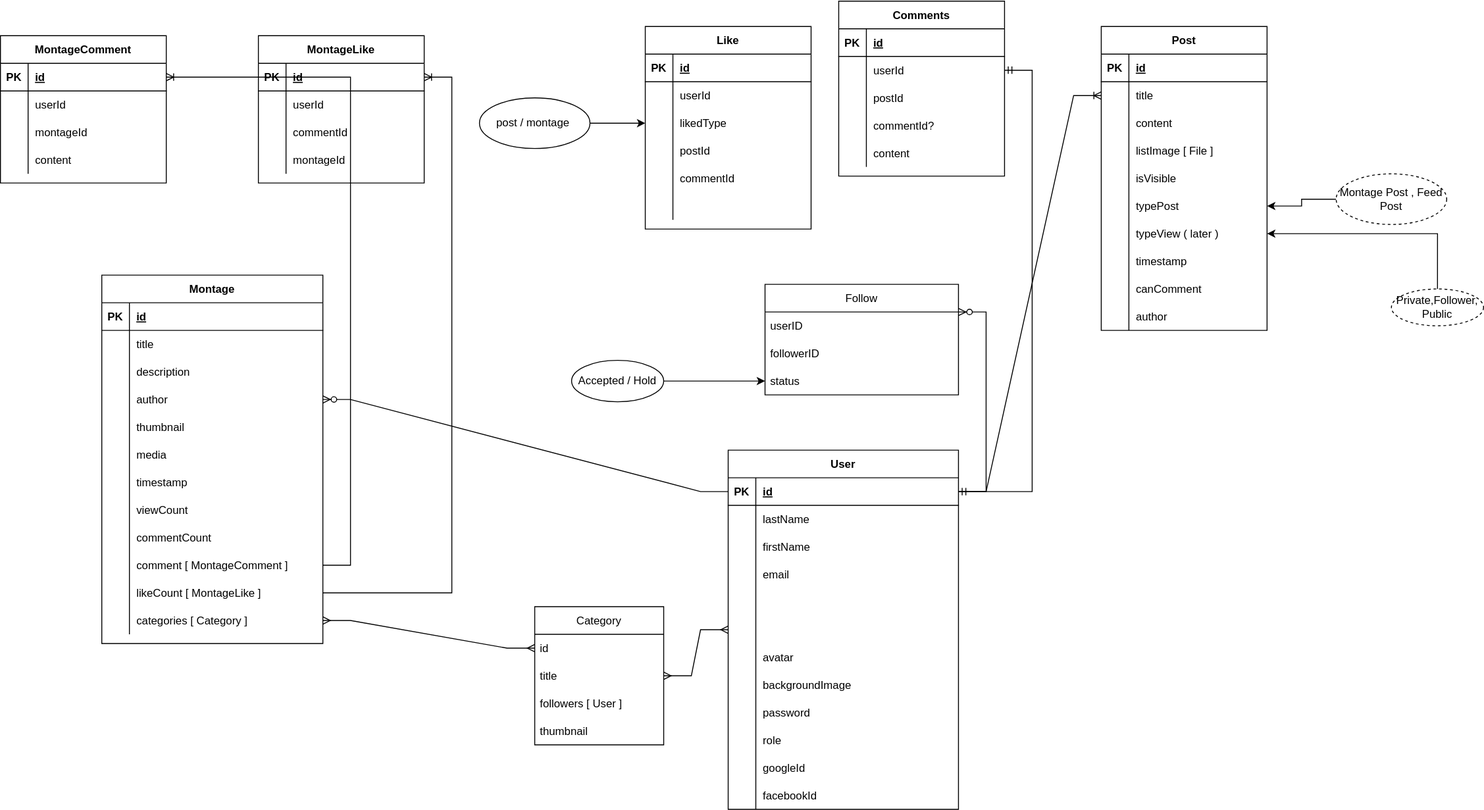
Before: icon/Social-esport.drawio.svg, a diagram exported from draw.io (Kennn-dev/social-esport). Source tidied: cells renumbered, new cells last; positions are measured from the earlier drawing's top-left corner, leaving out a move shared by most shapes.
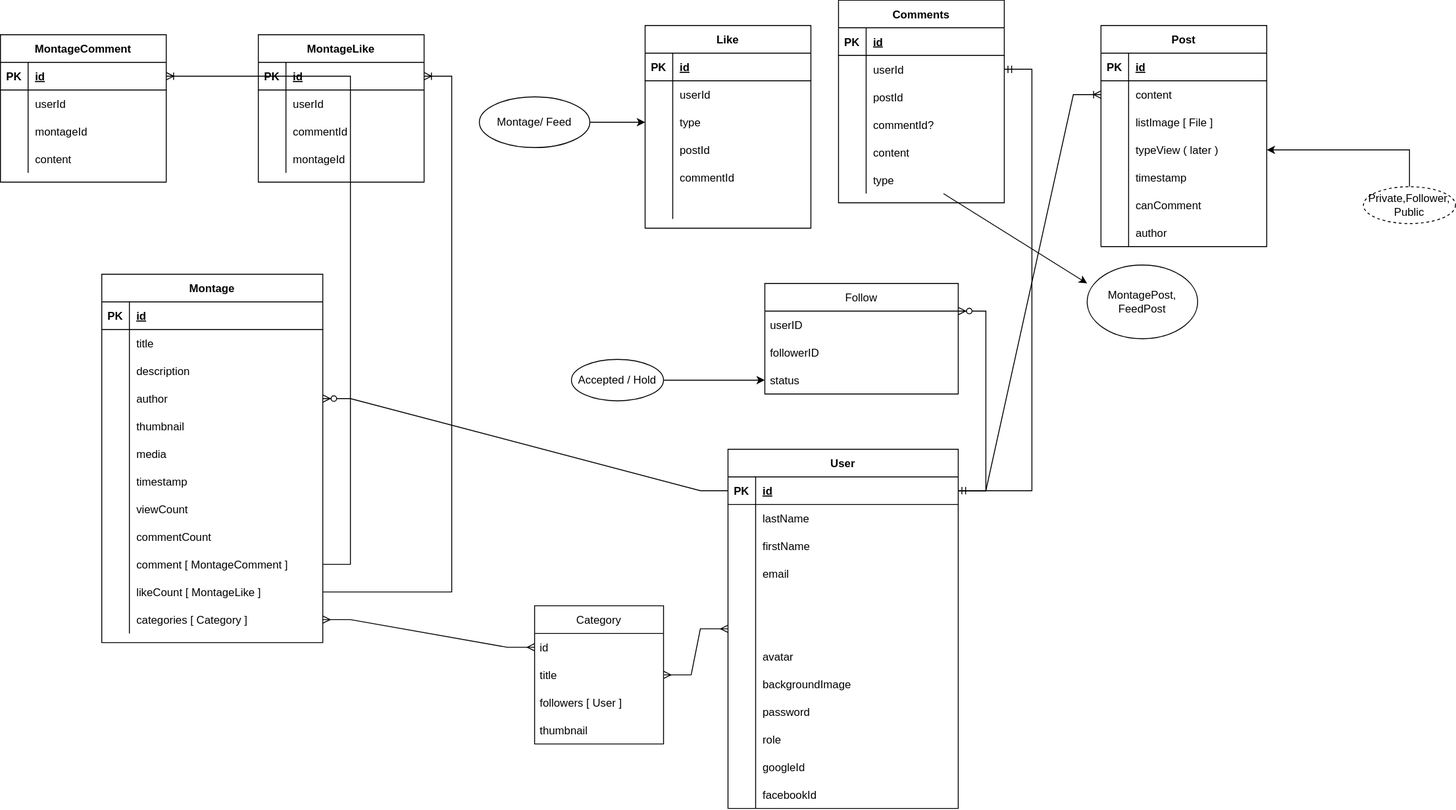
The same diagram one commit later.

What changed in the source:
```diff
@@ -147,7 +147,7 @@
       <mxGeometry relative="1" as="geometry" />
     </mxCell>
     <mxCell id="50" value="Post" style="shape=table;startSize=30;rowLines=0;fontStyle=1;align=center;" parent="1" vertex="1">
-      <mxGeometry x="1195" y="28" width="180" height="330" as="geometry" />
+      <mxGeometry x="1195" y="28" width="180" height="240" as="geometry" />
     </mxCell>
     <mxCell id="51" style="shape=tableRow;horizontal=0;startSize=0;swimlaneHead=0;swimlaneBody=0;fillColor=none;top=0;left=0;right=0;bottom=1;" parent="50" vertex="1">
       <mxGeometry y="30" width="180" height="30" as="geometry" />
@@ -158,17 +158,8 @@
     <mxCell id="53" value="id" style="shape=partialRectangle;fillColor=none;top=0;left=0;bottom=0;right=0;align=left;spacingLeft=6;fontStyle=5;overflow=hidden;" parent="51" vertex="1">
       <mxGeometry x="30" width="150" height="30" as="geometry" />
     </mxCell>
-    <mxCell id="54" style="shape=tableRow;horizontal=0;startSize=0;swimlaneHead=0;swimlaneBody=0;fillColor=none;points=[[0,0.5],[1,0.5]];portConstraint=eastwest;top=0;left=0;right=0;bottom=0;" parent="50" vertex="1">
-      <mxGeometry y="60" width="180" height="30" as="geometry" />
-    </mxCell>
-    <mxCell id="55" style="shape=partialRectangle;fillColor=none;top=0;left=0;bottom=0;right=0;overflow=hidden;" parent="54" vertex="1">
-      <mxGeometry width="30" height="30" as="geometry" />
-    </mxCell>
-    <mxCell id="56" value="title" style="shape=partialRectangle;fillColor=none;top=0;left=0;bottom=0;right=0;align=left;spacingLeft=6;overflow=hidden;" parent="54" vertex="1">
-      <mxGeometry x="30" width="150" height="30" as="geometry" />
-    </mxCell>
     <mxCell id="57" style="shape=tableRow;horizontal=0;startSize=0;swimlaneHead=0;swimlaneBody=0;fillColor=none;top=0;left=0;right=0;bottom=0;" parent="50" vertex="1">
-      <mxGeometry y="90" width="180" height="30" as="geometry" />
+      <mxGeometry y="60" width="180" height="30" as="geometry" />
     </mxCell>
     <mxCell id="58" style="shape=partialRectangle;fillColor=none;top=0;left=0;bottom=0;right=0;overflow=hidden;" parent="57" vertex="1">
       <mxGeometry width="30" height="30" as="geometry" />
@@ -177,7 +168,7 @@
       <mxGeometry x="30" width="150" height="30" as="geometry" />
     </mxCell>
     <mxCell id="60" style="shape=tableRow;horizontal=0;startSize=0;swimlaneHead=0;swimlaneBody=0;fillColor=none;top=0;left=0;right=0;bottom=0;" parent="50" vertex="1">
-      <mxGeometry y="120" width="180" height="30" as="geometry" />
+      <mxGeometry y="90" width="180" height="30" as="geometry" />
     </mxCell>
     <mxCell id="61" style="shape=partialRectangle;fillColor=none;top=0;left=0;bottom=0;right=0;overflow=hidden;" parent="60" vertex="1">
       <mxGeometry width="30" height="30" as="geometry" />
@@ -185,26 +176,8 @@
     <mxCell id="62" value="listImage [ File ]" style="shape=partialRectangle;fillColor=none;top=0;left=0;bottom=0;right=0;align=left;spacingLeft=6;overflow=hidden;" parent="60" vertex="1">
       <mxGeometry x="30" width="150" height="30" as="geometry" />
     </mxCell>
-    <mxCell id="63" style="shape=tableRow;horizontal=0;startSize=0;swimlaneHead=0;swimlaneBody=0;fillColor=none;top=0;left=0;right=0;bottom=0;" parent="50" vertex="1">
-      <mxGeometry y="150" width="180" height="30" as="geometry" />
-    </mxCell>
-    <mxCell id="64" style="shape=partialRectangle;fillColor=none;top=0;left=0;bottom=0;right=0;overflow=hidden;" parent="63" vertex="1">
-      <mxGeometry width="30" height="30" as="geometry" />
-    </mxCell>
-    <mxCell id="65" value="isVisible" style="shape=partialRectangle;fillColor=none;top=0;left=0;bottom=0;right=0;align=left;spacingLeft=6;overflow=hidden;" parent="63" vertex="1">
-      <mxGeometry x="30" width="150" height="30" as="geometry" />
-    </mxCell>
-    <mxCell id="66" style="shape=tableRow;horizontal=0;startSize=0;swimlaneHead=0;swimlaneBody=0;fillColor=none;points=[[0,0.5],[1,0.5]];portConstraint=eastwest;top=0;left=0;right=0;bottom=0;" parent="50" vertex="1">
-      <mxGeometry y="180" width="180" height="30" as="geometry" />
-    </mxCell>
-    <mxCell id="67" style="shape=partialRectangle;fillColor=none;top=0;left=0;bottom=0;right=0;overflow=hidden;" parent="66" vertex="1">
-      <mxGeometry width="30" height="30" as="geometry" />
-    </mxCell>
-    <mxCell id="68" value="typePost " style="shape=partialRectangle;fillColor=none;top=0;left=0;bottom=0;right=0;align=left;spacingLeft=6;overflow=hidden;" parent="66" vertex="1">
-      <mxGeometry x="30" width="150" height="30" as="geometry" />
-    </mxCell>
     <mxCell id="69" style="shape=tableRow;horizontal=0;startSize=0;swimlaneHead=0;swimlaneBody=0;fillColor=none;points=[[0,0.5],[1,0.5]];portConstraint=eastwest;top=0;left=0;right=0;bottom=0;" parent="50" vertex="1">
-      <mxGeometry y="210" width="180" height="30" as="geometry" />
+      <mxGeometry y="120" width="180" height="30" as="geometry" />
     </mxCell>
     <mxCell id="70" style="shape=partialRectangle;fillColor=none;top=0;left=0;bottom=0;right=0;overflow=hidden;" parent="69" vertex="1">
       <mxGeometry width="30" height="30" as="geometry" />
@@ -213,7 +186,7 @@
       <mxGeometry x="30" width="150" height="30" as="geometry" />
     </mxCell>
     <mxCell id="72" style="shape=tableRow;horizontal=0;startSize=0;swimlaneHead=0;swimlaneBody=0;fillColor=none;top=0;left=0;right=0;bottom=0;" parent="50" vertex="1">
-      <mxGeometry y="240" width="180" height="30" as="geometry" />
+      <mxGeometry y="150" width="180" height="30" as="geometry" />
     </mxCell>
     <mxCell id="73" style="shape=partialRectangle;fillColor=none;top=0;left=0;bottom=0;right=0;overflow=hidden;" parent="72" vertex="1">
       <mxGeometry width="30" height="30" as="geometry" />
@@ -222,7 +195,7 @@
       <mxGeometry x="30" width="150" height="30" as="geometry" />
     </mxCell>
     <mxCell id="75" style="shape=tableRow;horizontal=0;startSize=0;swimlaneHead=0;swimlaneBody=0;fillColor=none;top=0;left=0;right=0;bottom=0;" parent="50" vertex="1">
-      <mxGeometry y="270" width="180" height="30" as="geometry" />
+      <mxGeometry y="180" width="180" height="30" as="geometry" />
     </mxCell>
     <mxCell id="76" style="shape=partialRectangle;fillColor=none;top=0;left=0;bottom=0;right=0;overflow=hidden;" parent="75" vertex="1">
       <mxGeometry width="30" height="30" as="geometry" />
@@ -231,7 +204,7 @@
       <mxGeometry x="30" width="150" height="30" as="geometry" />
     </mxCell>
     <mxCell id="78" style="shape=tableRow;horizontal=0;startSize=0;swimlaneHead=0;swimlaneBody=0;fillColor=none;top=0;left=0;right=0;bottom=0;" parent="50" vertex="1">
-      <mxGeometry y="300" width="180" height="30" as="geometry" />
+      <mxGeometry y="210" width="180" height="30" as="geometry" />
     </mxCell>
     <mxCell id="79" style="shape=partialRectangle;fillColor=none;top=0;left=0;bottom=0;right=0;overflow=hidden;" parent="78" vertex="1">
       <mxGeometry width="30" height="30" as="geometry" />
@@ -239,20 +212,16 @@
     <mxCell id="80" value="author" style="shape=partialRectangle;fillColor=none;top=0;left=0;bottom=0;right=0;align=left;spacingLeft=6;overflow=hidden;" parent="78" vertex="1">
       <mxGeometry x="30" width="150" height="30" as="geometry" />
     </mxCell>
-    <mxCell id="81" style="edgeStyle=orthogonalEdgeStyle;rounded=0;jettySize=auto;html=1;" parent="1" edge="1" source="82" target="66">
-      <mxGeometry relative="1" as="geometry" />
-    </mxCell>
-    <mxCell id="82" value="Montage Post , Feed Post" style="ellipse;whiteSpace=wrap;html=1;align=center;dashed=1;" parent="1" vertex="1">
-      <mxGeometry x="1450" y="188" width="120" height="55" as="geometry" />
-    </mxCell>
     <mxCell id="83" style="edgeStyle=orthogonalEdgeStyle;rounded=0;jettySize=auto;html=1;" parent="1" edge="1" source="84" target="69">
       <mxGeometry relative="1" as="geometry" />
     </mxCell>
     <mxCell id="84" value="Private,Follower, Public" style="ellipse;whiteSpace=wrap;html=1;align=center;dashed=1;" parent="1" vertex="1">
-      <mxGeometry x="1510" y="313" width="100" height="40" as="geometry" />
+      <mxGeometry x="1480" y="203" width="100" height="40" as="geometry" />
     </mxCell>
-    <mxCell id="85" style="edgeStyle=entityRelationEdgeStyle;fontSize=12;html=1;endArrow=ERoneToMany;rounded=0;" parent="1" edge="1" source="3" target="54">
-      <mxGeometry relative="1" as="geometry" />
+    <mxCell id="85" style="edgeStyle=entityRelationEdgeStyle;fontSize=12;html=1;endArrow=ERoneToMany;rounded=0;" parent="1" edge="1" source="3">
+      <mxGeometry relative="1" as="geometry">
+        <mxPoint x="1195" y="103" as="targetPoint" />
+      </mxGeometry>
     </mxCell>
     <mxCell id="86" style="edgeStyle=orthogonalEdgeStyle;rounded=0;jettySize=auto;html=1;" parent="1" edge="1" source="87" target="42">
       <mxGeometry relative="1" as="geometry" />
@@ -261,7 +230,7 @@
       <mxGeometry x="620" y="390.5" width="100" height="45" as="geometry" />
     </mxCell>
     <mxCell id="88" value="Comments" style="shape=table;startSize=30;rowLines=0;fontStyle=1;align=center;" parent="1" vertex="1">
-      <mxGeometry x="910" y="0.5" width="180" height="190" as="geometry" />
+      <mxGeometry x="910" y="0.5" width="180" height="220" as="geometry" />
     </mxCell>
     <mxCell id="89" style="shape=tableRow;horizontal=0;startSize=0;swimlaneHead=0;swimlaneBody=0;fillColor=none;top=0;left=0;right=0;bottom=1;" parent="88" vertex="1">
       <mxGeometry y="30" width="180" height="30" as="geometry" />
@@ -308,6 +277,15 @@
     <mxCell id="103" value="content" style="shape=partialRectangle;fillColor=none;top=0;left=0;bottom=0;right=0;align=left;spacingLeft=6;overflow=hidden;" parent="101" vertex="1">
       <mxGeometry x="30" width="150" height="30" as="geometry" />
     </mxCell>
+    <mxCell id="66" style="shape=tableRow;horizontal=0;startSize=0;swimlaneHead=0;swimlaneBody=0;fillColor=none;points=[[0,0.5],[1,0.5]];portConstraint=eastwest;top=0;left=0;right=0;bottom=0;" parent="88" vertex="1">
+      <mxGeometry y="180" width="180" height="30" as="geometry" />
+    </mxCell>
+    <mxCell id="193" style="shape=partialRectangle;fillColor=none;top=0;left=0;bottom=0;right=0;overflow=hidden;" parent="66" vertex="1">
+      <mxGeometry width="30" height="30" as="geometry" />
+    </mxCell>
+    <mxCell id="194" value="type" style="shape=partialRectangle;fillColor=none;top=0;left=0;bottom=0;right=0;align=left;spacingLeft=6;overflow=hidden;" parent="66" vertex="1">
+      <mxGeometry x="30" width="150" height="30" as="geometry" />
+    </mxCell>
     <mxCell id="104" value="Like" style="shape=table;startSize=30;rowLines=0;fontStyle=1;align=center;" parent="1" vertex="1">
       <mxGeometry x="700" y="28" width="180" height="220" as="geometry" />
     </mxCell>
@@ -335,7 +313,7 @@
     <mxCell id="112" style="shape=partialRectangle;fillColor=none;top=0;left=0;bottom=0;right=0;overflow=hidden;" parent="111" vertex="1">
       <mxGeometry width="30" height="30" as="geometry" />
     </mxCell>
-    <mxCell id="113" value="likedType" style="shape=partialRectangle;fillColor=none;top=0;left=0;bottom=0;right=0;align=left;spacingLeft=6;overflow=hidden;" parent="111" vertex="1">
+    <mxCell id="113" value="type" style="shape=partialRectangle;fillColor=none;top=0;left=0;bottom=0;right=0;align=left;spacingLeft=6;overflow=hidden;" parent="111" vertex="1">
       <mxGeometry x="30" width="150" height="30" as="geometry" />
     </mxCell>
     <mxCell id="114" style="shape=tableRow;horizontal=0;startSize=0;swimlaneHead=0;swimlaneBody=0;fillColor=none;top=0;left=0;right=0;bottom=0;" parent="104" vertex="1">
@@ -368,7 +346,7 @@
     <mxCell id="123" style="edgeStyle=orthogonalEdgeStyle;rounded=0;jettySize=auto;html=1;" parent="1" edge="1" source="124" target="111">
       <mxGeometry relative="1" as="geometry" />
     </mxCell>
-    <mxCell id="124" value="post / montage&amp;nbsp;" style="ellipse;whiteSpace=wrap;html=1;align=center;" parent="1" vertex="1">
+    <mxCell id="124" value="Montage/ Feed" style="ellipse;whiteSpace=wrap;html=1;align=center;" parent="1" vertex="1">
       <mxGeometry x="520" y="105.5" width="120" height="55" as="geometry" />
     </mxCell>
     <mxCell id="125" value="MontageLike" style="shape=table;startSize=30;rowLines=0;fontStyle=1;align=center;" parent="1" vertex="1">
@@ -575,5 +553,13 @@
     <mxCell id="192" style="edgeStyle=entityRelationEdgeStyle;fontSize=12;html=1;endArrow=ERmandOne;startArrow=ERmandOne;rounded=0;" parent="1" edge="1" source="92" target="3">
       <mxGeometry relative="1" as="geometry" />
     </mxCell>
+    <mxCell id="195" style="endArrow=classic;html=1;rounded=0;" parent="1" edge="1" source="66">
+      <mxGeometry relative="1" as="geometry">
+        <mxPoint x="1180" y="308" as="targetPoint" />
+      </mxGeometry>
+    </mxCell>
+    <mxCell id="196" value="MontagePost, FeedPost" style="ellipse;whiteSpace=wrap;html=1;" parent="1" vertex="1">
+      <mxGeometry x="1180" y="288" width="120" height="80" as="geometry" />
+    </mxCell>
   </root>
 </mxGraphModel>
```
